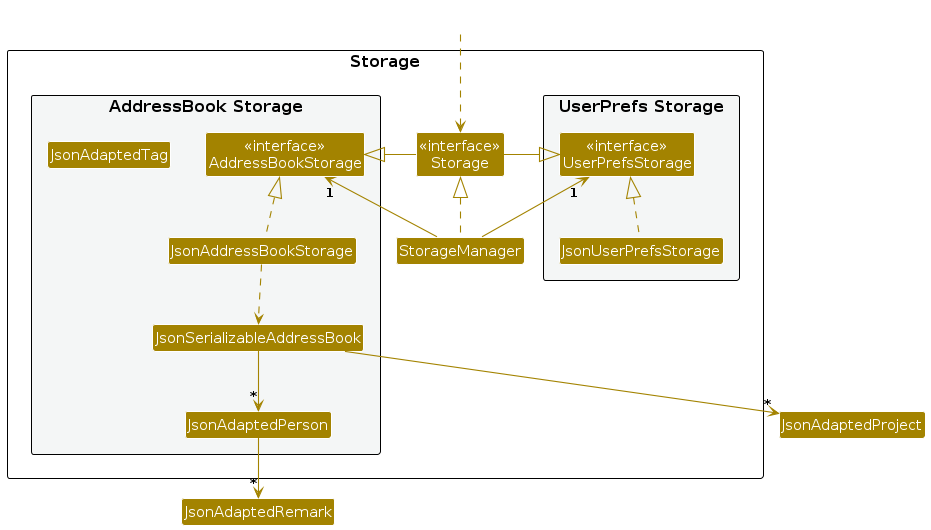
Earlier version of the PlantUML export diagrams/StorageClassDiagram.png (AY2526S1-CS2103T-W14-4/tp). Its source is kept beside it as diagrams/StorageClassDiagram.puml.
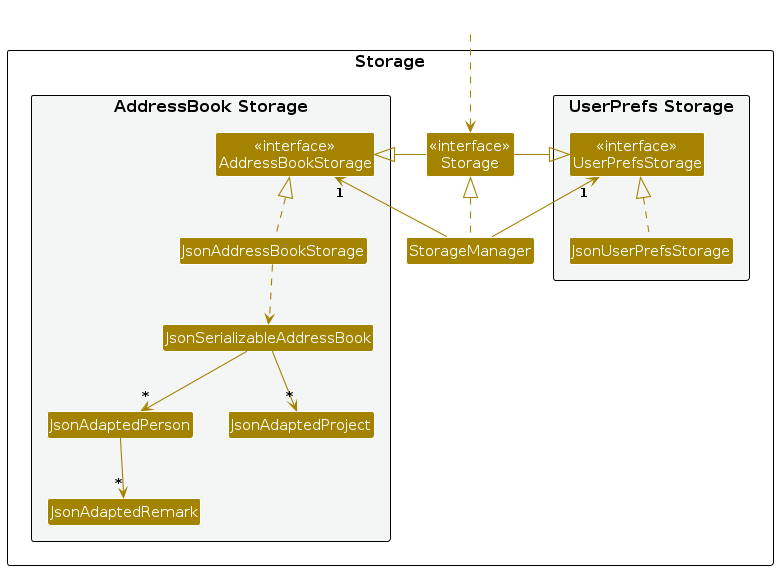
After the commit.

The edit, as a diff of the source:
```diff
@@ -19,7 +19,8 @@
 Class JsonAddressBookStorage
 Class JsonSerializableAddressBook
 Class JsonAdaptedPerson
-Class JsonAdaptedTag
+Class JsonAdaptedProject
+Class JsonAdaptedRemark
 }
 
 }
```
